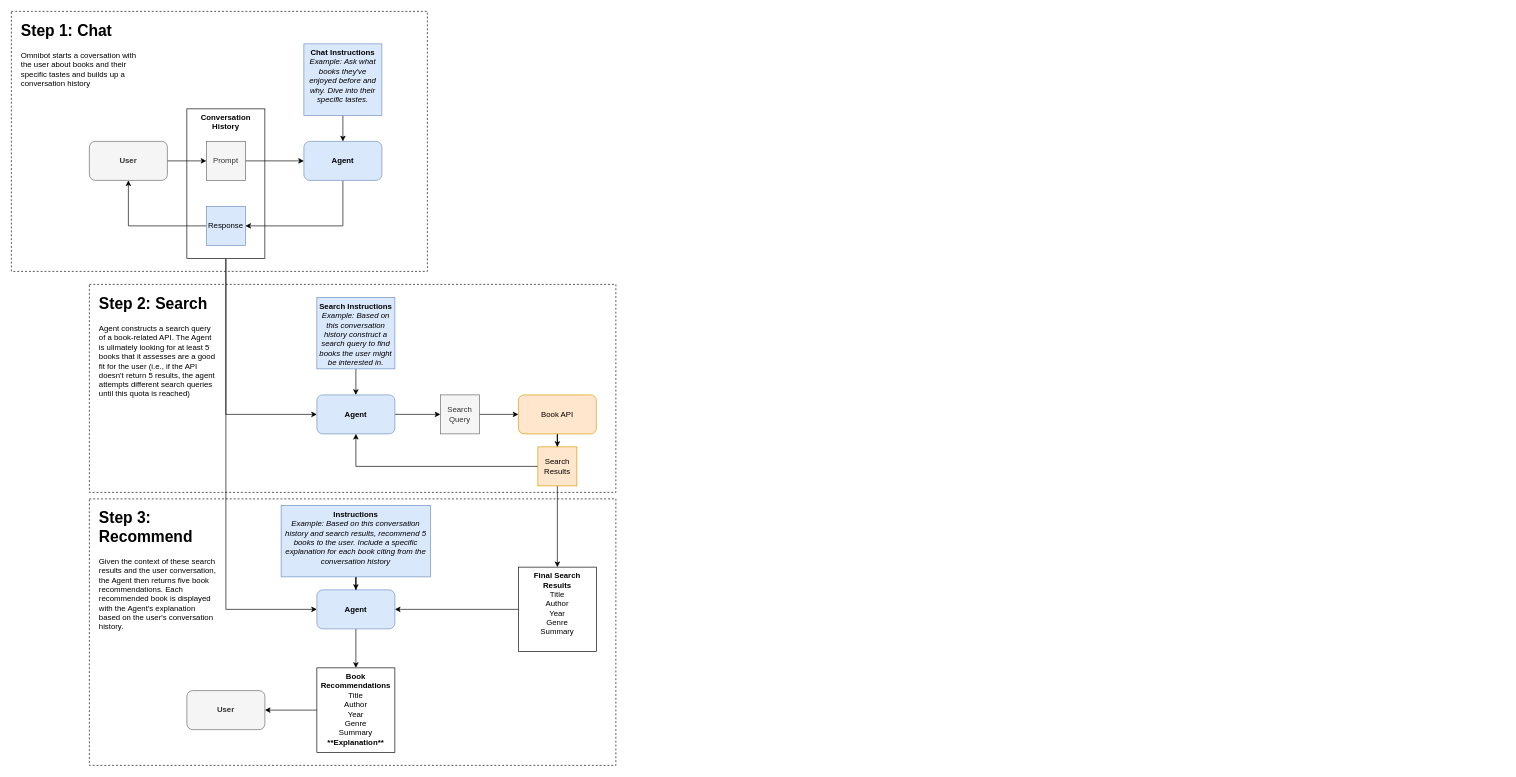
Above: page "agent-backend" (2 of 2) of docs/ideas.drawio in holistudio/omni_rebuild (draw.io), before the change. Source tidied: cells renumbered, new cells numbered last; positions are measured from the earlier drawing's top-left corner, leaving out a move shared by most shapes. Both pictures are drawn from the tidied source at 65%, with x=0, y=0 at pixel (11, 11).
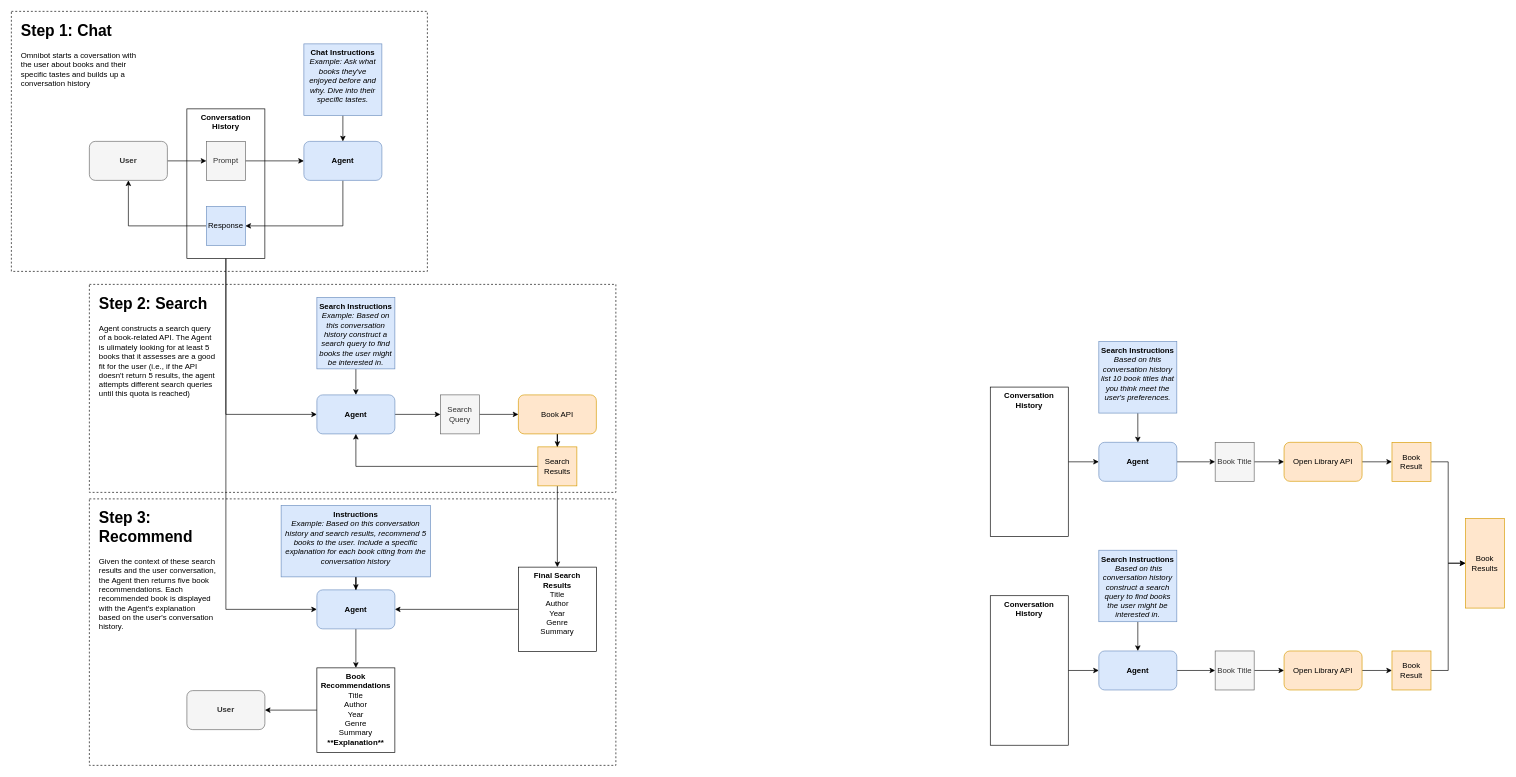
Above is the later version.

Commit message (it also covers changes not shown here):
Brainstorm search instructions

The edit, as a diff of the source:
```diff
@@
+    <mxCell id="41" style="edgeStyle=orthogonalEdgeStyle;rounded=0;jettySize=auto;html=1;" parent="1" edge="1" source="42" target="44">
+      <mxGeometry relative="1" as="geometry" />
+    </mxCell>
+    <mxCell id="42" value="Conversation History" style="rounded=0;whiteSpace=wrap;html=1;fontSize=12;verticalAlign=top;fontStyle=1;" parent="1" vertex="1">
+      <mxGeometry x="1506" y="578" width="120" height="230" as="geometry" />
+    </mxCell>
+    <mxCell id="43" style="edgeStyle=orthogonalEdgeStyle;rounded=0;jettySize=auto;html=1;entryX=0;entryY=0.5;entryDx=0;entryDy=0;" parent="1" edge="1" source="44" target="48">
+      <mxGeometry relative="1" as="geometry" />
+    </mxCell>
+    <mxCell id="44" value="Agent" style="rounded=1;whiteSpace=wrap;html=1;fontSize=12;fillColor=#dae8fc;strokeColor=#6c8ebf;fontStyle=1;" parent="1" vertex="1">
+      <mxGeometry x="1673" y="663" width="120" height="60" as="geometry" />
+    </mxCell>
+    <mxCell id="45" style="edgeStyle=orthogonalEdgeStyle;rounded=0;jettySize=auto;html=1;" parent="1" edge="1" source="46" target="44">
+      <mxGeometry relative="1" as="geometry" />
+    </mxCell>
+    <mxCell id="46" value="Search Instructions&lt;br&gt;&lt;span style=&quot;font-weight: 400;&quot;&gt;&lt;i&gt;Based on this conversation history list 10 book titles that you think meet the user's preferences.&lt;/i&gt;&lt;/span&gt;" style="rounded=0;whiteSpace=wrap;html=1;fontSize=12;fillColor=#dae8fc;strokeColor=#6c8ebf;fontStyle=1;verticalAlign=top;" parent="1" vertex="1">
+      <mxGeometry x="1673" y="508" width="120" height="110" as="geometry" />
+    </mxCell>
+    <mxCell id="47" style="edgeStyle=orthogonalEdgeStyle;rounded=0;jettySize=auto;html=1;entryX=0;entryY=0.5;entryDx=0;entryDy=0;" parent="1" edge="1" source="48" target="50">
+      <mxGeometry relative="1" as="geometry" />
+    </mxCell>
+    <mxCell id="48" value="Book Title" style="rounded=0;whiteSpace=wrap;html=1;fontSize=12;fillColor=#f5f5f5;fontColor=#333333;strokeColor=#666666;" parent="1" vertex="1">
+      <mxGeometry x="1852" y="663" width="60" height="60" as="geometry" />
+    </mxCell>
+    <mxCell id="49" style="edgeStyle=orthogonalEdgeStyle;rounded=0;jettySize=auto;html=1;entryX=0;entryY=0.5;entryDx=0;entryDy=0;" parent="1" edge="1" source="50" target="52">
+      <mxGeometry relative="1" as="geometry" />
+    </mxCell>
+    <mxCell id="50" value="Open Library API" style="rounded=1;whiteSpace=wrap;html=1;fontSize=12;fillColor=#ffe6cc;strokeColor=#d79b00;" parent="1" vertex="1">
+      <mxGeometry x="1958" y="663" width="120" height="60" as="geometry" />
+    </mxCell>
+    <mxCell id="51" style="edgeStyle=orthogonalEdgeStyle;rounded=0;jettySize=auto;html=1;entryX=0;entryY=0.5;entryDx=0;entryDy=0;" parent="1" edge="1" source="52" target="65">
+      <mxGeometry relative="1" as="geometry" />
+    </mxCell>
+    <mxCell id="52" value="Book Result" style="rounded=0;whiteSpace=wrap;html=1;fontSize=12;fillColor=#ffe6cc;strokeColor=#d79b00;" parent="1" vertex="1">
+      <mxGeometry x="2124" y="663" width="60" height="60" as="geometry" />
+    </mxCell>
+    <mxCell id="53" style="edgeStyle=orthogonalEdgeStyle;rounded=0;jettySize=auto;html=1;" parent="1" edge="1" source="54" target="56">
+      <mxGeometry relative="1" as="geometry" />
+    </mxCell>
+    <mxCell id="54" value="Conversation History" style="rounded=0;whiteSpace=wrap;html=1;fontSize=12;verticalAlign=top;fontStyle=1;" parent="1" vertex="1">
+      <mxGeometry x="1506" y="899" width="120" height="230" as="geometry" />
+    </mxCell>
+    <mxCell id="55" style="edgeStyle=orthogonalEdgeStyle;rounded=0;jettySize=auto;html=1;entryX=0;entryY=0.5;entryDx=0;entryDy=0;" parent="1" edge="1" source="56" target="60">
+      <mxGeometry relative="1" as="geometry" />
+    </mxCell>
+    <mxCell id="56" value="Agent" style="rounded=1;whiteSpace=wrap;html=1;fontSize=12;fillColor=#dae8fc;strokeColor=#6c8ebf;fontStyle=1;" parent="1" vertex="1">
+      <mxGeometry x="1673" y="984" width="120" height="60" as="geometry" />
+    </mxCell>
+    <mxCell id="57" style="edgeStyle=orthogonalEdgeStyle;rounded=0;jettySize=auto;html=1;" parent="1" edge="1" source="58" target="56">
+      <mxGeometry relative="1" as="geometry" />
+    </mxCell>
+    <mxCell id="58" value="Search Instructions&lt;br&gt;&lt;i style=&quot;font-weight: 400;&quot;&gt;&amp;nbsp;Based on this conversation history construct a search query to find books the user might be interested in.&lt;/i&gt;" style="rounded=0;whiteSpace=wrap;html=1;fontSize=12;fillColor=#dae8fc;strokeColor=#6c8ebf;fontStyle=1;verticalAlign=top;" parent="1" vertex="1">
+      <mxGeometry x="1673" y="829" width="120" height="110" as="geometry" />
+    </mxCell>
+    <mxCell id="59" style="edgeStyle=orthogonalEdgeStyle;rounded=0;jettySize=auto;html=1;entryX=0;entryY=0.5;entryDx=0;entryDy=0;" parent="1" edge="1" source="60" target="62">
+      <mxGeometry relative="1" as="geometry" />
+    </mxCell>
+    <mxCell id="60" value="Book Title" style="rounded=0;whiteSpace=wrap;html=1;fontSize=12;fillColor=#f5f5f5;fontColor=#333333;strokeColor=#666666;" parent="1" vertex="1">
+      <mxGeometry x="1852" y="984" width="60" height="60" as="geometry" />
+    </mxCell>
+    <mxCell id="61" style="edgeStyle=orthogonalEdgeStyle;rounded=0;jettySize=auto;html=1;entryX=0;entryY=0.5;entryDx=0;entryDy=0;" parent="1" edge="1" source="62" target="64">
+      <mxGeometry relative="1" as="geometry" />
+    </mxCell>
+    <mxCell id="62" value="Open Library API" style="rounded=1;whiteSpace=wrap;html=1;fontSize=12;fillColor=#ffe6cc;strokeColor=#d79b00;" parent="1" vertex="1">
+      <mxGeometry x="1958" y="984" width="120" height="60" as="geometry" />
+    </mxCell>
+    <mxCell id="63" style="edgeStyle=orthogonalEdgeStyle;rounded=0;jettySize=auto;html=1;entryX=0;entryY=0.5;entryDx=0;entryDy=0;" parent="1" edge="1" source="64" target="65">
+      <mxGeometry relative="1" as="geometry" />
+    </mxCell>
+    <mxCell id="64" value="Book Result" style="rounded=0;whiteSpace=wrap;html=1;fontSize=12;fillColor=#ffe6cc;strokeColor=#d79b00;" parent="1" vertex="1">
+      <mxGeometry x="2124" y="984" width="60" height="60" as="geometry" />
+    </mxCell>
+    <mxCell id="65" value="Book Results" style="rounded=0;whiteSpace=wrap;html=1;fontSize=12;fillColor=#ffe6cc;strokeColor=#d79b00;" parent="1" vertex="1">
+      <mxGeometry x="2237" y="780" width="60" height="138" as="geometry" />
+    </mxCell>
```
